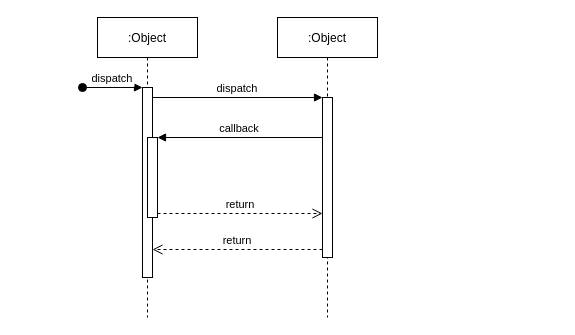
The draw.io diagram request-response-cycle.drawio in ssoonmi/draw-io, before the edit. Source tidied: cells renumbered, new cells numbered last; positions are measured from the earlier drawing's top-left corner, leaving out a move shared by most shapes. Both pictures are drawn from the tidied source at 100%, with x=0, y=0 at pixel (82, 17).
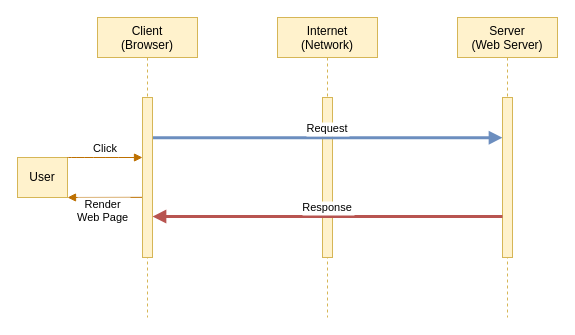
After the change.

What changed in the source:
```diff
@@
 <mxGraphModel>
   <root>
     <mxCell id="0" />
     <mxCell id="1" parent="0" />
+    <mxCell id="12" value="User" style="whiteSpace=wrap;html=1;fillColor=#fff2cc;strokeColor=#d6b656;" parent="1" vertex="1">
+      <mxGeometry x="-65" y="140" width="50" height="40" as="geometry" />
+    </mxCell>
-    <mxCell id="2" value=":Object" style="shape=umlLifeline;perimeter=lifelinePerimeter;rounded=0;shadow=0;strokeWidth=1;" parent="1" vertex="1">
+    <mxCell id="2" value="Client&#10;(Browser)" style="shape=umlLifeline;perimeter=lifelinePerimeter;rounded=0;shadow=0;strokeWidth=1;fillColor=#fff2cc;strokeColor=#d6b656;" parent="1" vertex="1">
       <mxGeometry x="15" width="100" height="300" as="geometry" />
     </mxCell>
-    <mxCell id="3" style="points=[];perimeter=orthogonalPerimeter;rounded=0;shadow=0;strokeWidth=1;" parent="2" vertex="1">
-      <mxGeometry x="45" y="70" width="10" height="190" as="geometry" />
-    </mxCell>
-    <mxCell id="4" value="dispatch" style="verticalAlign=bottom;startArrow=oval;endArrow=block;startSize=8;shadow=0;strokeWidth=1;" parent="2" edge="1" target="3">
-      <mxGeometry relative="1" as="geometry">
-        <mxPoint x="-15" y="70" as="sourcePoint" />
-      </mxGeometry>
-    </mxCell>
-    <mxCell id="5" style="points=[];perimeter=orthogonalPerimeter;rounded=0;shadow=0;strokeWidth=1;" parent="2" vertex="1">
-      <mxGeometry x="50" y="120" width="10" height="80" as="geometry" />
-    </mxCell>
-    <mxCell id="6" value=":Object" style="shape=umlLifeline;perimeter=lifelinePerimeter;rounded=0;shadow=0;strokeWidth=1;" parent="1" vertex="1">
+    <mxCell id="6" value="Internet&#10;(Network)" style="shape=umlLifeline;perimeter=lifelinePerimeter;rounded=0;shadow=0;strokeWidth=1;fillColor=#fff2cc;strokeColor=#d6b656;" parent="1" vertex="1">
       <mxGeometry x="195" width="100" height="300" as="geometry" />
     </mxCell>
-    <mxCell id="7" style="points=[];perimeter=orthogonalPerimeter;rounded=0;shadow=0;strokeWidth=1;" parent="6" vertex="1">
+    <mxCell id="7" style="points=[];perimeter=orthogonalPerimeter;rounded=0;shadow=0;strokeWidth=1;fillColor=#fff2cc;strokeColor=#d6b656;" parent="6" vertex="1">
       <mxGeometry x="45" y="80" width="10" height="160" as="geometry" />
     </mxCell>
-    <mxCell id="8" value="return" style="verticalAlign=bottom;endArrow=open;dashed=1;endSize=8;exitX=0;exitY=0.95;shadow=0;strokeWidth=1;" parent="1" edge="1" source="7" target="3">
-      <mxGeometry relative="1" as="geometry" />
+    <mxCell id="8" value="Render&#10;Web Page" style="verticalAlign=bottom;endArrow=block;startSize=8;shadow=0;strokeWidth=1;entryX=1;entryY=1;entryDx=0;entryDy=0;exitX=0.054;exitY=0.624;exitDx=0;exitDy=0;exitPerimeter=0;fillColor=#f0a30a;strokeColor=#BD7000;" parent="1" edge="1" source="3" target="12">
+      <mxGeometry x="0.05" y="29" relative="1" as="geometry" />
     </mxCell>
-    <mxCell id="9" value="dispatch" style="verticalAlign=bottom;endArrow=block;entryX=0;entryY=0;shadow=0;strokeWidth=1;" parent="1" edge="1" source="3" target="7">
-      <mxGeometry relative="1" as="geometry" />
+    <mxCell id="9" value="Request" style="verticalAlign=bottom;endArrow=block;shadow=0;strokeWidth=3;entryX=0;entryY=0.52;entryDx=0;entryDy=0;entryPerimeter=0;fillColor=#dae8fc;strokeColor=#6c8ebf;" parent="1" edge="1">
+      <mxGeometry relative="1" as="geometry">
+        <mxPoint x="70" y="120.2" as="sourcePoint" />
+        <mxPoint x="420" y="120.2" as="targetPoint" />
+      </mxGeometry>
     </mxCell>
-    <mxCell id="10" value="callback" style="verticalAlign=bottom;endArrow=block;entryX=1;entryY=0;shadow=0;strokeWidth=1;" parent="1" edge="1" source="7" target="5">
-      <mxGeometry relative="1" as="geometry" />
-    </mxCell>
-    <mxCell id="11" value="return" style="verticalAlign=bottom;endArrow=open;dashed=1;endSize=8;exitX=1;exitY=0.95;shadow=0;strokeWidth=1;" parent="1" edge="1" source="5" target="7">
-      <mxGeometry relative="1" as="geometry" />
-    </mxCell>
+    <mxCell id="13" value="Server&#10;(Web Server)" style="shape=umlLifeline;perimeter=lifelinePerimeter;rounded=0;shadow=0;strokeWidth=1;fillColor=#fff2cc;strokeColor=#d6b656;" parent="1" vertex="1">
+      <mxGeometry x="375" width="100" height="300" as="geometry" />
+    </mxCell>
+    <mxCell id="14" style="perimeter=orthogonalPerimeter;rounded=0;shadow=0;strokeWidth=1;fillColor=#fff2cc;strokeColor=#d6b656;" parent="13" vertex="1">
+      <mxGeometry x="45" y="80" width="10" height="160" as="geometry" />
+    </mxCell>
+    <mxCell id="15" value="Response" style="verticalAlign=bottom;endArrow=block;shadow=0;strokeWidth=3;entryX=0;entryY=0.931;entryDx=0;entryDy=0;entryPerimeter=0;fillColor=#f8cecc;strokeColor=#b85450;" parent="1" edge="1">
+      <mxGeometry relative="1" as="geometry">
+        <mxPoint x="420" y="199" as="sourcePoint" />
+        <mxPoint x="70" y="199" as="targetPoint" />
+      </mxGeometry>
+    </mxCell>
+    <mxCell id="4" value="Click" style="verticalAlign=bottom;endArrow=block;shadow=0;strokeWidth=1;exitX=1;exitY=0;exitDx=0;exitDy=0;fillColor=#f0a30a;strokeColor=#BD7000;curved=1;" parent="1" edge="1" source="12" target="3">
+      <mxGeometry relative="1" as="geometry" />
+    </mxCell>
+    <mxCell id="3" style="points=[];perimeter=orthogonalPerimeter;rounded=0;shadow=0;strokeWidth=1;fillColor=#fff2cc;strokeColor=#d6b656;" parent="1" vertex="1">
+      <mxGeometry x="60" y="80" width="10" height="160" as="geometry" />
+    </mxCell>
   </root>
 </mxGraphModel>
```
